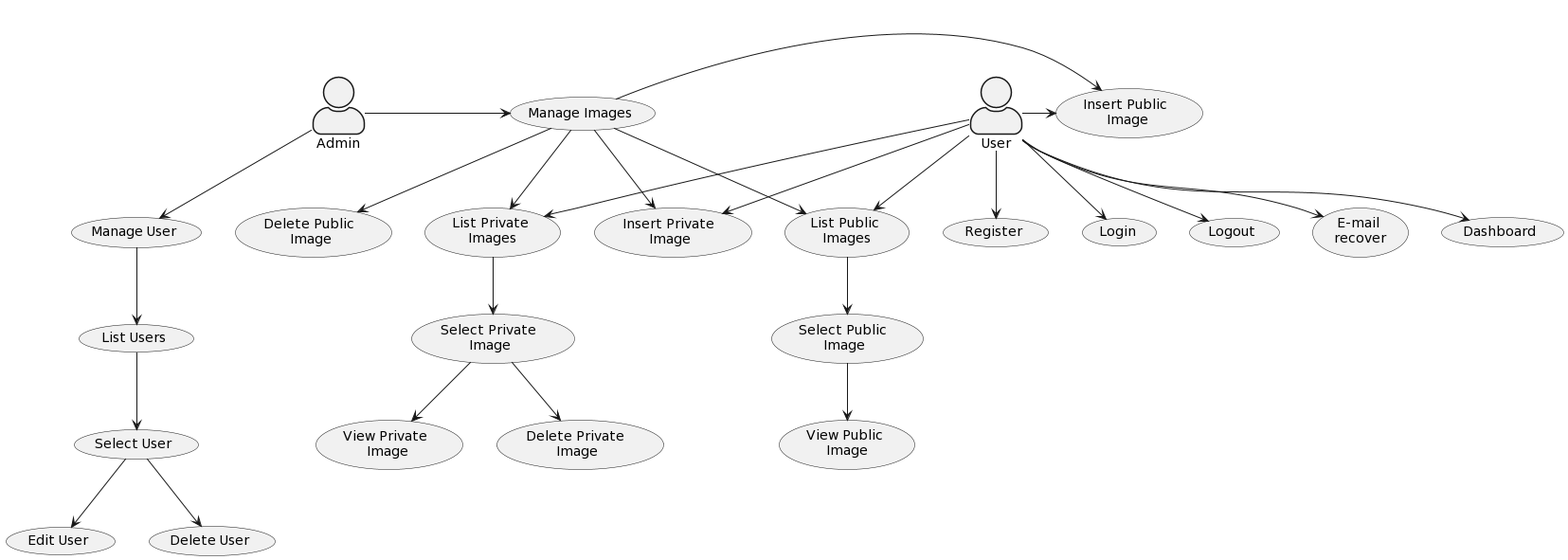
Before: docs/sysuploads_use_cases.png, a diagram exported from PlantUML (myplayareas/sysuploads). Its diagram source:
```plantuml
@startuml
skinparam actorStyle awesome

actor User
actor Admin

usecase (Register) as uc_register
usecase (Login) as uc_login
usecase (Logout) as uc_logout
usecase (E-mail \nrecover) as uc_email_recover
usecase (Dashboard) as uc_dashboard
usecase (Manage User) as uc_manage_user
usecase (List Users) as uc_list_users
usecase (Edit User) as uc_edit_users
usecase (Delete User) as uc_delete_users
usecase (Select User) as uc_select_user
usecase (Manage Images) as uc_manage_image
usecase (Insert Public \nImage) as uc_public_image
usecase (Insert Private \nImage) as uc_private_image
usecase (List Public \nImages) as uc_list_public_image
usecase (Delete Public \nImage) as uc_delete_public_image
usecase (List Private \nImages) as uc_list_private_image
usecase (Delete Private \nImage) as uc_delete_private_image
usecase (Select Private \nImage) as uc_select_private_image
usecase (Select Public \nImage) as uc_select_public_image
usecase (View Public \nImage) as uc_view_public_image
usecase (View Private \nImage) as uc_view_private_image

Admin --> uc_manage_user
uc_manage_user --> uc_list_users
uc_list_users --> uc_select_user
uc_select_user --> uc_edit_users
uc_select_user --> uc_delete_users

Admin -> uc_manage_image
uc_manage_image -> uc_public_image
uc_manage_image --> uc_private_image
uc_manage_image --> uc_list_public_image
uc_manage_image --> uc_list_private_image
uc_manage_image --> uc_delete_public_image
uc_list_private_image --> uc_select_private_image
uc_select_private_image --> uc_delete_private_image
uc_select_private_image --> uc_view_private_image
uc_list_public_image --> uc_select_public_image
uc_select_public_image --> uc_view_public_image


User --> uc_login
User --> uc_logout
User --> uc_register
User --> uc_email_recover
User --> uc_dashboard
User --> uc_private_image
User -> uc_public_image
User -> uc_list_private_image
User -> uc_list_public_image
@enduml
```
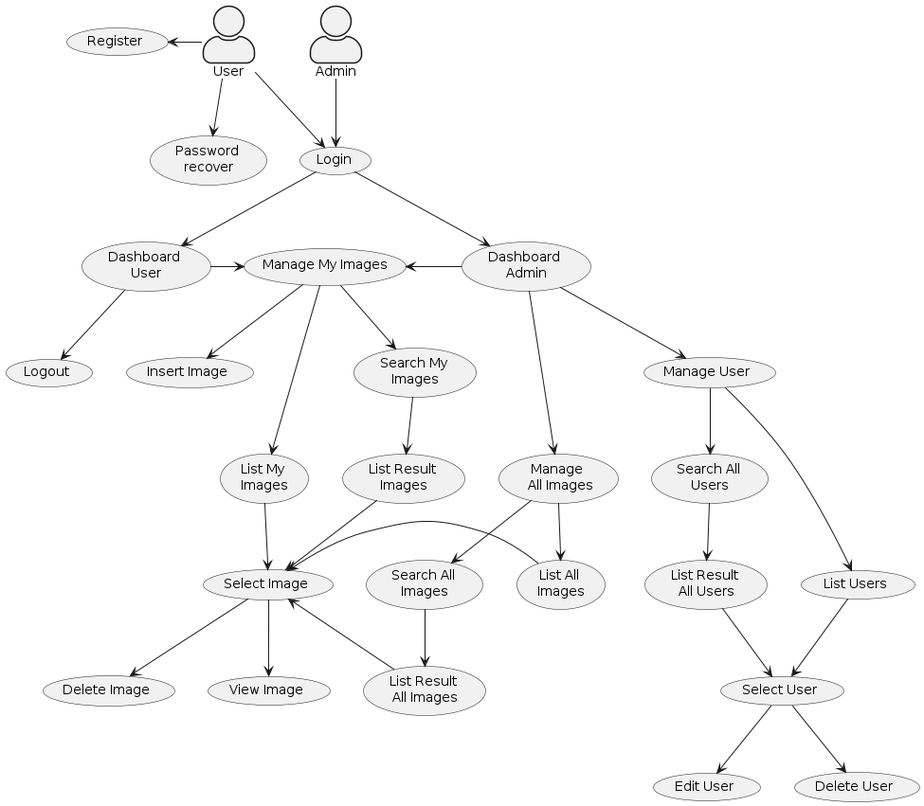
After the commit.

Diff of the diagram source:
```diff
@@ -7,51 +7,62 @@
 usecase (Register) as uc_register
 usecase (Login) as uc_login
 usecase (Logout) as uc_logout
-usecase (E-mail \nrecover) as uc_email_recover
-usecase (Dashboard) as uc_dashboard
+usecase (Password \nrecover) as uc_password_recover
+usecase (Dashboard \nUser) as uc_dashboard_user
+usecase (Dashboard \nAdmin) as uc_dashboard_admin
+usecase (Manage My Images) as uc_manage_image
+usecase (Insert Image) as uc_private_image
+usecase (List My \nImages) as uc_list_private_image
+usecase (Delete Image) as uc_delete_private_image
+usecase (Manage \n All Images) as uc_manage_all_images
+usecase (List All \nImages) as uc_list_all_images
+usecase (Select Image) as uc_select_private_image
+usecase (View Image) as uc_view_private_image
+usecase (Search My \nImages) as uc_search_private_image
 usecase (Manage User) as uc_manage_user
 usecase (List Users) as uc_list_users
 usecase (Edit User) as uc_edit_users
 usecase (Delete User) as uc_delete_users
 usecase (Select User) as uc_select_user
-usecase (Manage Images) as uc_manage_image
-usecase (Insert Public \nImage) as uc_public_image
-usecase (Insert Private \nImage) as uc_private_image
-usecase (List Public \nImages) as uc_list_public_image
-usecase (Delete Public \nImage) as uc_delete_public_image
-usecase (List Private \nImages) as uc_list_private_image
-usecase (Delete Private \nImage) as uc_delete_private_image
-usecase (Select Private \nImage) as uc_select_private_image
-usecase (Select Public \nImage) as uc_select_public_image
-usecase (View Public \nImage) as uc_view_public_image
-usecase (View Private \nImage) as uc_view_private_image
+usecase (List Result \nImages) as uc_list_result_images
+usecase (Search All \nImages) as uc_search_all_images
+usecase (List Result \nAll Images) as uc_list_result_all_images
+usecase (Search All \nUsers) as uc_search_all_users
+usecase (List Result \nAll Users) as uc_list_result_all_users
 
-Admin --> uc_manage_user
+Admin --> uc_login
+uc_dashboard_admin --> uc_manage_all_images
+uc_manage_all_images --> uc_list_all_images
+uc_select_private_image <- uc_list_all_images
+uc_manage_all_images --> uc_search_all_images
+uc_search_all_images --> uc_list_result_all_images
+uc_select_private_image <-- uc_list_result_all_images
+
+uc_dashboard_admin --> uc_manage_user
 uc_manage_user --> uc_list_users
 uc_list_users --> uc_select_user
 uc_select_user --> uc_edit_users
 uc_select_user --> uc_delete_users
+uc_manage_user --> uc_search_all_users
+uc_search_all_users --> uc_list_result_all_users
+uc_list_result_all_users --> uc_select_user
 
-Admin -> uc_manage_image
-uc_manage_image -> uc_public_image
+uc_dashboard_user -> uc_manage_image
+uc_manage_image <- uc_dashboard_admin
 uc_manage_image --> uc_private_image
-uc_manage_image --> uc_list_public_image
 uc_manage_image --> uc_list_private_image
-uc_manage_image --> uc_delete_public_image
+uc_manage_image --> uc_search_private_image
+uc_search_private_image --> uc_list_result_images
+uc_list_result_images --> uc_select_private_image
 uc_list_private_image --> uc_select_private_image
 uc_select_private_image --> uc_delete_private_image
 uc_select_private_image --> uc_view_private_image
-uc_list_public_image --> uc_select_public_image
-uc_select_public_image --> uc_view_public_image
 
+uc_register <- User
+User --> uc_login
+uc_login --> uc_dashboard_user
+uc_login --> uc_dashboard_admin
 
-User --> uc_login
-User --> uc_logout
-User --> uc_register
-User --> uc_email_recover
-User --> uc_dashboard
-User --> uc_private_image
-User -> uc_public_image
-User -> uc_list_private_image
-User -> uc_list_public_image
+User --> uc_password_recover
+uc_dashboard_user --> uc_logout
 @enduml
```
